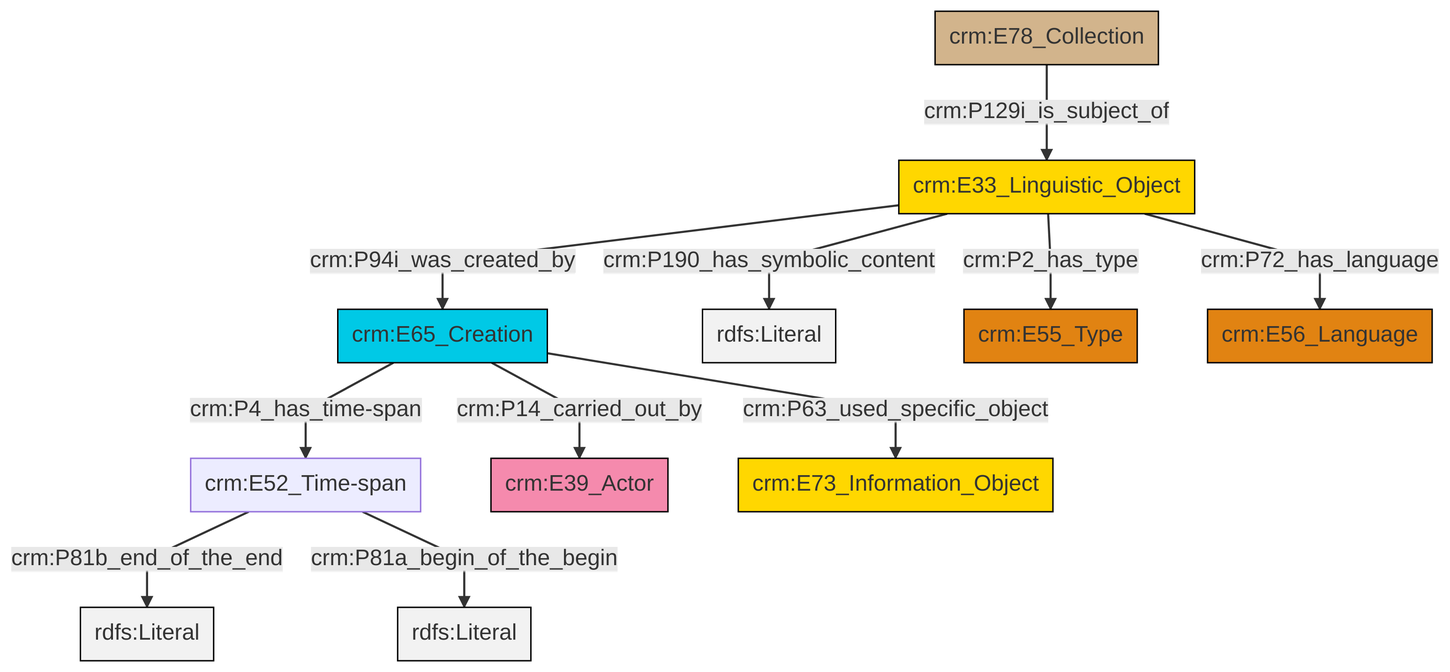
Before: et/archivalCSV/ttl/mmd/png/archival_desc.png, a diagram exported from Mermaid (swiss-art-research-net/docs.swissartresearch). Its source is kept beside it as et/archivalCSV/ttl/mmd/archival_desc.ttl.mmd.
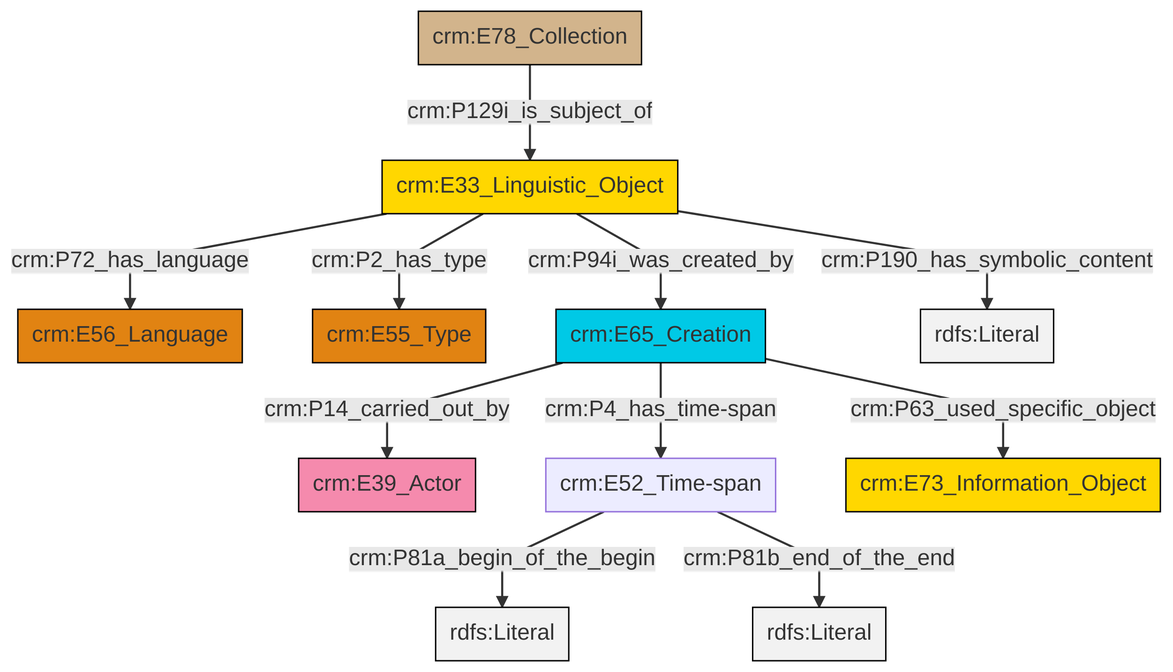
After the change.

Change to the diagram source:
```diff
@@ -13,13 +13,13 @@
 classDef PC_Classes fill:#4ce600, stroke:#000000;
 classDef Multi fill:#cccccc,stroke:#000000;
 
-0["crm:E33_Linguistic_Object"]:::Conceptual_Object -->|crm:P94i_was_created_by| 1["crm:E65_Creation"]:::Temporal_Entity
-0["crm:E33_Linguistic_Object"]:::Conceptual_Object -->|crm:P190_has_symbolic_content| 2[rdfs:Literal]:::Literal
-0["crm:E33_Linguistic_Object"]:::Conceptual_Object -->|crm:P2_has_type| 3["crm:E55_Type"]:::Type
-0["crm:E33_Linguistic_Object"]:::Conceptual_Object -->|crm:P72_has_language| 4["crm:E56_Language"]:::Type
-5["crm:E52_Time-span"]:::Default -->|crm:P81b_end_of_the_end| 10[rdfs:Literal]:::Literal
-1["crm:E65_Creation"]:::Temporal_Entity -->|crm:P63_used_specific_object| 11["crm:E73_Information_Object"]:::Conceptual_Object
-1["crm:E65_Creation"]:::Temporal_Entity -->|crm:P4_has_time-span| 5["crm:E52_Time-span"]:::Default
-14["crm:E78_Collection"]:::Physical_Thing -->|crm:P129i_is_subject_of| 0["crm:E33_Linguistic_Object"]:::Conceptual_Object
-1["crm:E65_Creation"]:::Temporal_Entity -->|crm:P14_carried_out_by| 8["crm:E39_Actor"]:::Actor
-5["crm:E52_Time-span"]:::Default -->|crm:P81a_begin_of_the_begin| 17[rdfs:Literal]:::Literal
+2["crm:E33_Linguistic_Object"]:::Conceptual_Object -->|crm:P72_has_language| 3["crm:E56_Language"]:::Type
+7["crm:E52_Time-span"]:::Default -->|crm:P81a_begin_of_the_begin| 8[rdfs:Literal]:::Literal
+9["crm:E78_Collection"]:::Physical_Thing -->|crm:P129i_is_subject_of| 2["crm:E33_Linguistic_Object"]:::Conceptual_Object
+12["crm:E65_Creation"]:::Temporal_Entity -->|crm:P63_used_specific_object| 13["crm:E73_Information_Object"]:::Conceptual_Object
+12["crm:E65_Creation"]:::Temporal_Entity -->|crm:P14_carried_out_by| 0["crm:E39_Actor"]:::Actor
+2["crm:E33_Linguistic_Object"]:::Conceptual_Object -->|crm:P94i_was_created_by| 12["crm:E65_Creation"]:::Temporal_Entity
+7["crm:E52_Time-span"]:::Default -->|crm:P81b_end_of_the_end| 15[rdfs:Literal]:::Literal
+12["crm:E65_Creation"]:::Temporal_Entity -->|crm:P4_has_time-span| 7["crm:E52_Time-span"]:::Default
+2["crm:E33_Linguistic_Object"]:::Conceptual_Object -->|crm:P2_has_type| 5["crm:E55_Type"]:::Type
+2["crm:E33_Linguistic_Object"]:::Conceptual_Object -->|crm:P190_has_symbolic_content| 18[rdfs:Literal]:::Literal
```
